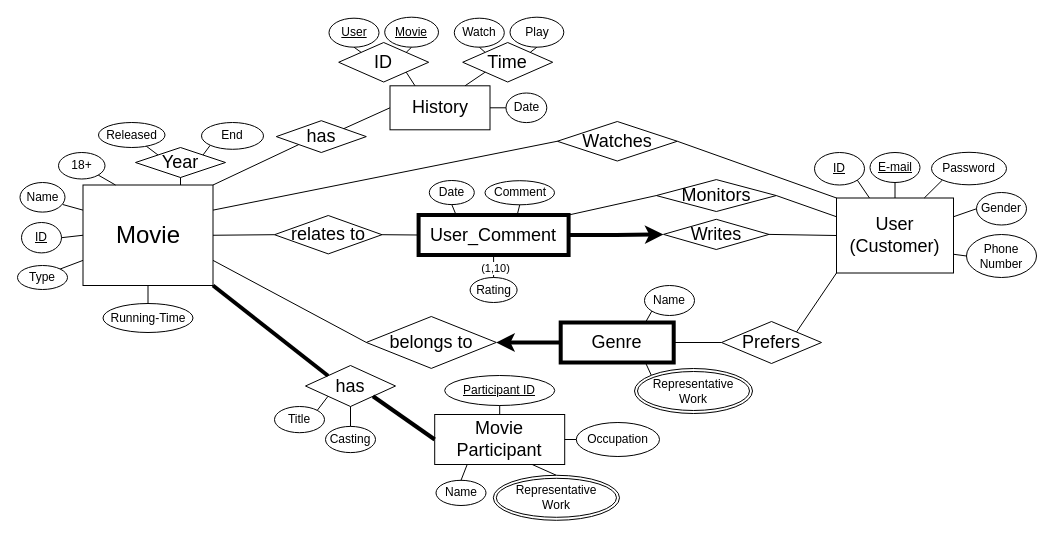
This is page "ER" (1 of 2) of Assignment1_ER_Modeling/Movie.drawio from hjpark83/DBMS, a draw.io file, before an edit. Source tidied: cells renumbered, new cells numbered last; positions are measured from the earlier drawing's top-left corner, leaving out a move shared by most shapes. Both pictures are drawn from the tidied source at 100%, with x=0, y=0 at pixel (17, 17).
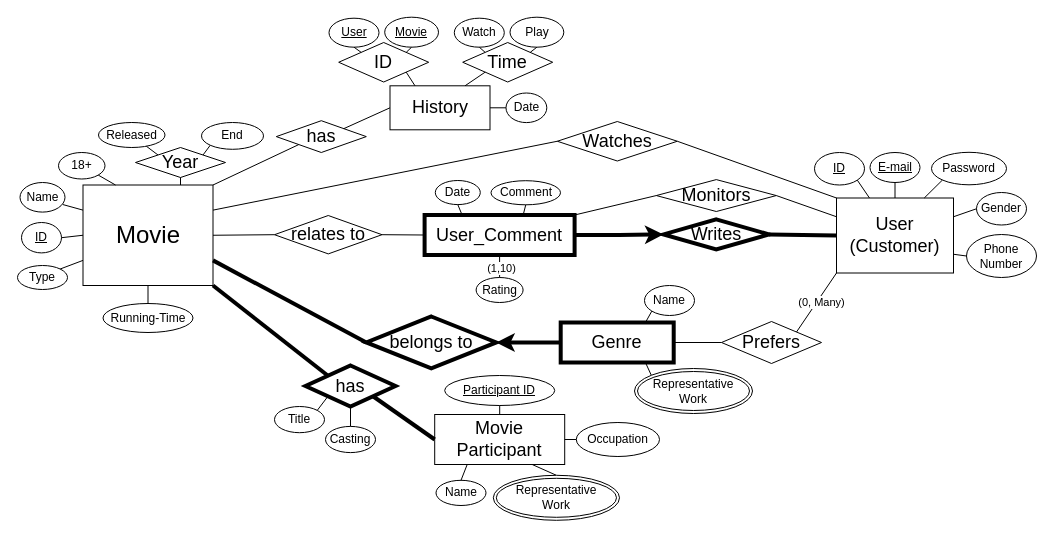
Above is the later version.

The change refers to these unchanged cells:
```xml
<mxCell id="3" value="&lt;span style=&quot;font-size: 18px;&quot;&gt;User&lt;br&gt;(Customer)&lt;/span&gt;" style="whiteSpace=wrap;html=1;align=center;rounded=0;" parent="1" vertex="1">
  <mxGeometry x="819" y="180.5" width="117" height="75" as="geometry" />
</mxCell>
<mxCell id="19" value="&lt;font style=&quot;font-size: 24px;&quot;&gt;Movie&lt;/font&gt;" style="whiteSpace=wrap;html=1;align=center;rounded=0;" parent="1" vertex="1">
  <mxGeometry x="65.5" y="167.5" width="130" height="100.5" as="geometry" />
</mxCell>
<mxCell id="72" style="endArrow=none;html=1;rounded=1;entryX=1;entryY=0;entryDx=0;entryDy=0;exitX=0;exitY=1;exitDx=0;exitDy=0;" parent="1" edge="1" source="3" target="20">
  <mxGeometry relative="1" as="geometry" />
</mxCell>
```

The edit, as a diff of the source:
```diff
@@
     <mxCell id="21" value="&lt;font style=&quot;font-size: 18px;&quot;&gt;User_Comment&lt;/font&gt;" style="whiteSpace=wrap;html=1;align=center;rounded=0;glass=0;strokeWidth=4;" parent="1" vertex="1">
-      <mxGeometry x="401.1" y="197.5" width="150" height="40" as="geometry" />
+      <mxGeometry x="407.1" y="197.5" width="150" height="40" as="geometry" />
     </mxCell>
     <mxCell id="22" value="Rating" style="ellipse;whiteSpace=wrap;html=1;align=center;rounded=1;" parent="1" vertex="1">
-      <mxGeometry x="452.6" y="260" width="47" height="25" as="geometry" />
+      <mxGeometry x="458.6" y="260" width="47" height="25" as="geometry" />
     </mxCell>
@@
     <mxCell id="30" value="Date" style="ellipse;whiteSpace=wrap;html=1;align=center;rounded=1;" parent="1" vertex="1">
-      <mxGeometry x="411.8" y="163" width="45" height="24.1" as="geometry" />
+      <mxGeometry x="417.8" y="163" width="45" height="24.1" as="geometry" />
     </mxCell>
     <mxCell id="31" value="Comment" style="ellipse;whiteSpace=wrap;html=1;align=center;rounded=1;" parent="1" vertex="1">
-      <mxGeometry x="467.5" y="163.2" width="69.5" height="24.1" as="geometry" />
+      <mxGeometry x="473.5" y="163.2" width="69.5" height="24.1" as="geometry" />
     </mxCell>
@@
-    <mxCell id="36" value="&lt;font style=&quot;font-size: 18px;&quot;&gt;Writes&lt;/font&gt;" style="shape=rhombus;perimeter=rhombusPerimeter;whiteSpace=wrap;html=1;align=center;rounded=0;" parent="1" vertex="1">
+    <mxCell id="36" value="&lt;font style=&quot;font-size: 18px;&quot;&gt;Writes&lt;/font&gt;" style="shape=rhombus;perimeter=rhombusPerimeter;whiteSpace=wrap;html=1;align=center;rounded=0;strokeWidth=4;" parent="1" vertex="1">
       <mxGeometry x="646" y="201.8" width="105.5" height="30.2" as="geometry" />
     </mxCell>
@@
-    <mxCell id="52" value="&lt;font style=&quot;font-size: 18px;&quot;&gt;has&lt;/font&gt;" style="shape=rhombus;perimeter=rhombusPerimeter;whiteSpace=wrap;html=1;align=center;rounded=0;" parent="1" vertex="1">
+    <mxCell id="52" value="&lt;font style=&quot;font-size: 18px;&quot;&gt;has&lt;/font&gt;" style="shape=rhombus;perimeter=rhombusPerimeter;whiteSpace=wrap;html=1;align=center;rounded=0;strokeWidth=4;" parent="1" vertex="1">
       <mxGeometry x="288" y="348" width="90" height="41" as="geometry" />
     </mxCell>
@@
-    <mxCell id="65" value="&lt;span style=&quot;font-size: 18px;&quot;&gt;belongs to&lt;/span&gt;" style="shape=rhombus;perimeter=rhombusPerimeter;whiteSpace=wrap;html=1;align=center;rounded=0;" parent="1" vertex="1">
+    <mxCell id="65" value="&lt;span style=&quot;font-size: 18px;&quot;&gt;belongs to&lt;/span&gt;" style="shape=rhombus;perimeter=rhombusPerimeter;whiteSpace=wrap;html=1;align=center;rounded=0;strokeWidth=4;" parent="1" vertex="1">
       <mxGeometry x="348.8" y="299" width="130" height="51.9" as="geometry" />
     </mxCell>
@@
-    <mxCell id="68" style="endArrow=none;html=1;rounded=1;exitX=0;exitY=0.5;exitDx=0;exitDy=0;entryX=1;entryY=0.75;entryDx=0;entryDy=0;" parent="1" edge="1" source="65" target="19">
+    <mxCell id="68" style="endArrow=none;html=1;rounded=1;exitX=0;exitY=0.5;exitDx=0;exitDy=0;entryX=1;entryY=0.75;entryDx=0;entryDy=0;strokeWidth=4;" parent="1" edge="1" source="65" target="19">
       <mxGeometry relative="1" as="geometry" />
     </mxCell>
@@
+    <mxCell id="95" value="(0, Many)" style="edgeLabel;html=1;align=center;verticalAlign=middle;" parent="72" vertex="1">
+      <mxGeometry x="-0.09" y="1" relative="1" as="geometry">
+        <mxPoint x="2" y="2" as="offset" />
+      </mxGeometry>
+    </mxCell>
@@
-    <mxCell id="93" style="endArrow=none;html=1;rounded=1;entryX=1;entryY=0.5;entryDx=0;entryDy=0;exitX=0;exitY=0.5;exitDx=0;exitDy=0;" parent="1" edge="1" source="3" target="36">
+    <mxCell id="93" style="endArrow=none;html=1;rounded=1;entryX=1;entryY=0.5;entryDx=0;entryDy=0;exitX=0;exitY=0.5;exitDx=0;exitDy=0;strokeWidth=4;" parent="1" edge="1" source="3" target="36">
       <mxGeometry relative="1" as="geometry" />
     </mxCell>
```
